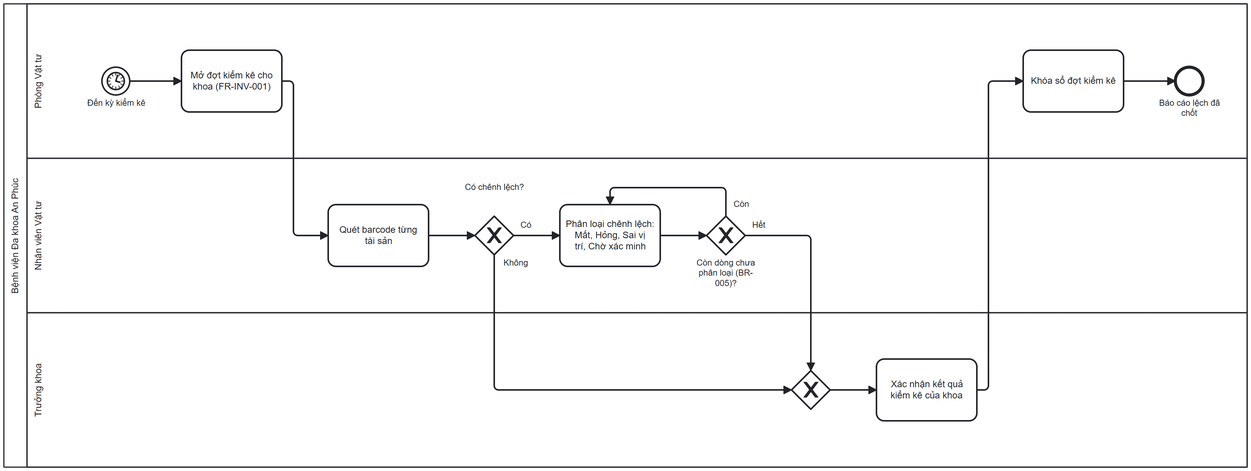
sonbui31/BA-studies keeps this BPMN diagram as BA-agent/BA-Documents-Outsource/diagrams/p2-kiem-ke-tobe.png. Above is the earlier version. Its source is kept beside it as BA-agent/BA-Documents-Outsource/diagrams/p2-kiem-ke-tobe.bpmn. Ids are renumbered.
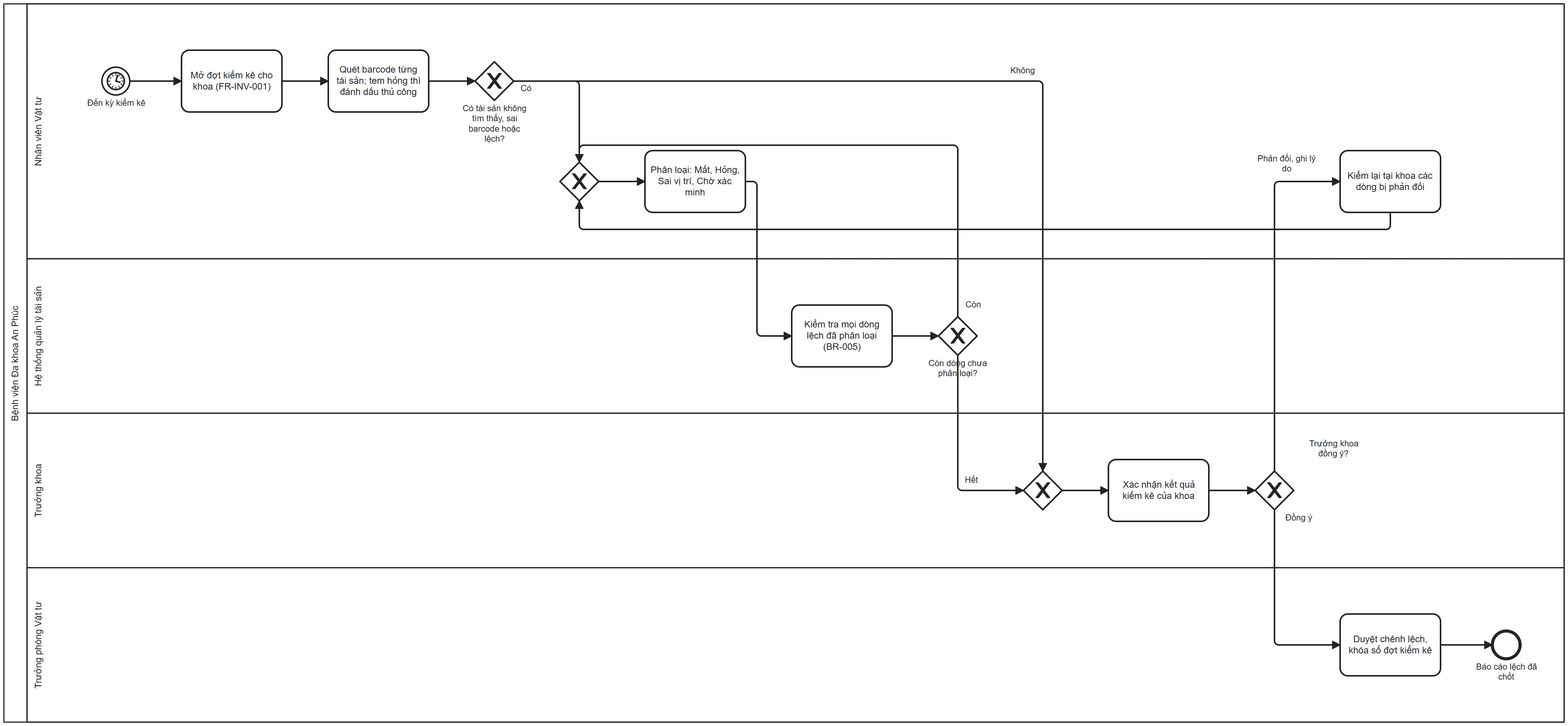
The same diagram one commit later.

Diff of the diagram source:
```diff
@@ -4,21 +4,27 @@
   </bpmn:collaboration>
   <bpmn:process id="Process_p2_kiem_ke_tobe" name="P2 To-Be: Kiểm kê theo đợt" isExecutable="false">
     <bpmn:laneSet id="LaneSet_p2_kiem_ke_tobe">
-      <bpmn:lane id="vat_tu" name="Phòng Vật tư">
+      <bpmn:lane id="nv_vat_tu" name="Nhân viên Vật tư">
         <bpmn:flowNodeRef>start</bpmn:flowNodeRef>
         <bpmn:flowNodeRef>t1</bpmn:flowNodeRef>
-        <bpmn:flowNodeRef>t5</bpmn:flowNodeRef>
-        <bpmn:flowNodeRef>end</bpmn:flowNodeRef>
-      </bpmn:lane>
-      <bpmn:lane id="nv_vat_tu" name="Nhân viên Vật tư">
         <bpmn:flowNodeRef>t2</bpmn:flowNodeRef>
         <bpmn:flowNodeRef>g1</bpmn:flowNodeRef>
+        <bpmn:flowNodeRef>m0</bpmn:flowNodeRef>
         <bpmn:flowNodeRef>t3</bpmn:flowNodeRef>
+        <bpmn:flowNodeRef>t_re</bpmn:flowNodeRef>
+      </bpmn:lane>
+      <bpmn:lane id="he_thong" name="Hệ thống quản lý tài sản">
+        <bpmn:flowNodeRef>t_chk</bpmn:flowNodeRef>
         <bpmn:flowNodeRef>g2</bpmn:flowNodeRef>
       </bpmn:lane>
       <bpmn:lane id="truong_khoa" name="Trưởng khoa">
         <bpmn:flowNodeRef>m1</bpmn:flowNodeRef>
         <bpmn:flowNodeRef>t4</bpmn:flowNodeRef>
+        <bpmn:flowNodeRef>g3</bpmn:flowNodeRef>
+      </bpmn:lane>
+      <bpmn:lane id="tp_vat_tu" name="Trưởng phòng Vật tư">
+        <bpmn:flowNodeRef>t5</bpmn:flowNodeRef>
+        <bpmn:flowNodeRef>end</bpmn:flowNodeRef>
       </bpmn:lane>
     </bpmn:laneSet>
     <bpmn:startEvent id="start" name="Đến kỳ kiểm kê">
@@ -29,66 +35,92 @@
       <bpmn:incoming>Flow_1</bpmn:incoming>
       <bpmn:outgoing>Flow_2</bpmn:outgoing>
     </bpmn:task>
-    <bpmn:task id="t2" name="Quét barcode từng tài sản">
+    <bpmn:task id="t2" name="Quét barcode từng tài sản; tem hỏng thì đánh dấu thủ công">
       <bpmn:incoming>Flow_2</bpmn:incoming>
       <bpmn:outgoing>Flow_3</bpmn:outgoing>
     </bpmn:task>
-    <bpmn:exclusiveGateway id="g1" name="Có chênh lệch?">
+    <bpmn:exclusiveGateway id="g1" name="Có tài sản không tìm thấy, sai barcode hoặc lệch?">
       <bpmn:incoming>Flow_3</bpmn:incoming>
       <bpmn:outgoing>Flow_4</bpmn:outgoing>
       <bpmn:outgoing>Flow_5</bpmn:outgoing>
     </bpmn:exclusiveGateway>
-    <bpmn:task id="t3" name="Phân loại chênh lệch: Mất, Hỏng, Sai vị trí, Chờ xác minh">
+    <bpmn:exclusiveGateway id="m0" name="">
       <bpmn:incoming>Flow_4</bpmn:incoming>
-      <bpmn:incoming>Flow_7</bpmn:incoming>
+      <bpmn:incoming>Flow_9</bpmn:incoming>
+      <bpmn:incoming>Flow_15</bpmn:incoming>
       <bpmn:outgoing>Flow_6</bpmn:outgoing>
-    </bpmn:task>
-    <bpmn:exclusiveGateway id="g2" name="Còn dòng chưa phân loại (BR-005)?">
+    </bpmn:exclusiveGateway>
+    <bpmn:task id="t3" name="Phân loại: Mất, Hỏng, Sai vị trí, Chờ xác minh">
       <bpmn:incoming>Flow_6</bpmn:incoming>
       <bpmn:outgoing>Flow_7</bpmn:outgoing>
+    </bpmn:task>
+    <bpmn:task id="t_chk" name="Kiểm tra mọi dòng lệch đã phân loại (BR-005)">
+      <bpmn:incoming>Flow_7</bpmn:incoming>
       <bpmn:outgoing>Flow_8</bpmn:outgoing>
+    </bpmn:task>
+    <bpmn:exclusiveGateway id="g2" name="Còn dòng chưa phân loại?">
+      <bpmn:incoming>Flow_8</bpmn:incoming>
+      <bpmn:outgoing>Flow_9</bpmn:outgoing>
+      <bpmn:outgoing>Flow_10</bpmn:outgoing>
     </bpmn:exclusiveGateway>
     <bpmn:exclusiveGateway id="m1" name="">
       <bpmn:incoming>Flow_5</bpmn:incoming>
-      <bpmn:incoming>Flow_8</bpmn:incoming>
-      <bpmn:outgoing>Flow_9</bpmn:outgoing>
+      <bpmn:incoming>Flow_10</bpmn:incoming>
+      <bpmn:outgoing>Flow_11</bpmn:outgoing>
     </bpmn:exclusiveGateway>
     <bpmn:task id="t4" name="Xác nhận kết quả kiểm kê của khoa">
-      <bpmn:incoming>Flow_9</bpmn:incoming>
-      <bpmn:outgoing>Flow_10</bpmn:outgoing>
+      <bpmn:incoming>Flow_11</bpmn:incoming>
+      <bpmn:outgoing>Flow_12</bpmn:outgoing>
     </bpmn:task>
-    <bpmn:task id="t5" name="Khóa sổ đợt kiểm kê">
-      <bpmn:incoming>Flow_10</bpmn:incoming>
-      <bpmn:outgoing>Flow_11</bpmn:outgoing>
+    <bpmn:exclusiveGateway id="g3" name="Trưởng khoa đồng ý?">
+      <bpmn:incoming>Flow_12</bpmn:incoming>
+      <bpmn:outgoing>Flow_13</bpmn:outgoing>
+      <bpmn:outgoing>Flow_14</bpmn:outgoing>
+    </bpmn:exclusiveGateway>
+    <bpmn:task id="t_re" name="Kiểm lại tại khoa các dòng bị phản đối">
+      <bpmn:incoming>Flow_14</bpmn:incoming>
+      <bpmn:outgoing>Flow_15</bpmn:outgoing>
+    </bpmn:task>
+    <bpmn:task id="t5" name="Duyệt chênh lệch, khóa sổ đợt kiểm kê">
+      <bpmn:incoming>Flow_13</bpmn:incoming>
+      <bpmn:outgoing>Flow_16</bpmn:outgoing>
     </bpmn:task>
     <bpmn:endEvent id="end" name="Báo cáo lệch đã chốt">
-      <bpmn:incoming>Flow_11</bpmn:incoming>
+      <bpmn:incoming>Flow_16</bpmn:incoming>
     </bpmn:endEvent>
     <bpmn:sequenceFlow id="Flow_1" sourceRef="start" targetRef="t1" />
     <bpmn:sequenceFlow id="Flow_2" sourceRef="t1" targetRef="t2" />
     <bpmn:sequenceFlow id="Flow_3" sourceRef="t2" targetRef="g1" />
-    <bpmn:sequenceFlow id="Flow_4" name="Có" sourceRef="g1" targetRef="t3" />
+    <bpmn:sequenceFlow id="Flow_4" name="Có" sourceRef="g1" targetRef="m0" />
     <bpmn:sequenceFlow id="Flow_5" name="Không" sourceRef="g1" targetRef="m1" />
-    <bpmn:sequenceFlow id="Flow_6" sourceRef="t3" targetRef="g2" />
-    <bpmn:sequenceFlow id="Flow_7" name="Còn" sourceRef="g2" targetRef="t3" />
-    <bpmn:sequenceFlow id="Flow_8" name="Hết" sourceRef="g2" targetRef="m1" />
-    <bpmn:sequenceFlow id="Flow_9" sourceRef="m1" targetRef="t4" />
-    <bpmn:sequenceFlow id="Flow_10" sourceRef="t4" targetRef="t5" />
-    <bpmn:sequenceFlow id="Flow_11" sourceRef="t5" targetRef="end" />
+    <bpmn:sequenceFlow id="Flow_6" sourceRef="m0" targetRef="t3" />
+    <bpmn:sequenceFlow id="Flow_7" sourceRef="t3" targetRef="t_chk" />
+    <bpmn:sequenceFlow id="Flow_8" sourceRef="t_chk" targetRef="g2" />
+    <bpmn:sequenceFlow id="Flow_9" name="Còn" sourceRef="g2" targetRef="m0" />
+    <bpmn:sequenceFlow id="Flow_10" name="Hết" sourceRef="g2" targetRef="m1" />
+    <bpmn:sequenceFlow id="Flow_11" sourceRef="m1" targetRef="t4" />
+    <bpmn:sequenceFlow id="Flow_12" sourceRef="t4" targetRef="g3" />
+    <bpmn:sequenceFlow id="Flow_13" name="Đồng ý" sourceRef="g3" targetRef="t5" />
+    <bpmn:sequenceFlow id="Flow_14" name="Phản đối, ghi lý do" sourceRef="g3" targetRef="t_re" />
+    <bpmn:sequenceFlow id="Flow_15" sourceRef="t_re" targetRef="m0" />
+    <bpmn:sequenceFlow id="Flow_16" sourceRef="t5" targetRef="end" />
   </bpmn:process>
   <bpmndi:BPMNDiagram id="BPMNDiagram_p2_kiem_ke_tobe">
     <bpmndi:BPMNPlane id="BPMNPlane_p2_kiem_ke_tobe" bpmnElement="Collaboration_p2_kiem_ke_tobe">
       <bpmndi:BPMNShape id="Participant_p2_kiem_ke_tobe_di" bpmnElement="Participant_p2_kiem_ke_tobe" isHorizontal="true">
-        <dc:Bounds x="160" y="80" width="1610" height="600" />
-      </bpmndi:BPMNShape>
-      <bpmndi:BPMNShape id="vat_tu_di" bpmnElement="vat_tu" isHorizontal="true">
-        <dc:Bounds x="190" y="80" width="1580" height="200" />
+        <dc:Bounds x="160" y="80" width="2020" height="930" />
       </bpmndi:BPMNShape>
       <bpmndi:BPMNShape id="nv_vat_tu_di" bpmnElement="nv_vat_tu" isHorizontal="true">
-        <dc:Bounds x="190" y="280" width="1580" height="200" />
+        <dc:Bounds x="190" y="80" width="1990" height="330" />
+      </bpmndi:BPMNShape>
+      <bpmndi:BPMNShape id="he_thong_di" bpmnElement="he_thong" isHorizontal="true">
+        <dc:Bounds x="190" y="410" width="1990" height="200" />
       </bpmndi:BPMNShape>
       <bpmndi:BPMNShape id="truong_khoa_di" bpmnElement="truong_khoa" isHorizontal="true">
-        <dc:Bounds x="190" y="480" width="1580" height="200" />
+        <dc:Bounds x="190" y="610" width="1990" height="200" />
+      </bpmndi:BPMNShape>
+      <bpmndi:BPMNShape id="tp_vat_tu_di" bpmnElement="tp_vat_tu" isHorizontal="true">
+        <dc:Bounds x="190" y="810" width="1990" height="200" />
       </bpmndi:BPMNShape>
       <bpmndi:BPMNShape id="start_di" bpmnElement="start">
         <dc:Bounds x="287" y="162" width="36" height="36" />
@@ -100,36 +132,51 @@
         <dc:Bounds x="390" y="140" width="130" height="80" />
       </bpmndi:BPMNShape>
       <bpmndi:BPMNShape id="t2_di" bpmnElement="t2">
-        <dc:Bounds x="580" y="340" width="130" height="80" />
+        <dc:Bounds x="580" y="140" width="130" height="80" />
       </bpmndi:BPMNShape>
       <bpmndi:BPMNShape id="g1_di" bpmnElement="g1" isMarkerVisible="true">
-        <dc:Bounds x="770" y="355" width="50" height="50" />
+        <dc:Bounds x="770" y="155" width="50" height="50" />
         <bpmndi:BPMNLabel>
-          <dc:Bounds x="740" y="311" width="110" height="40" />
+          <dc:Bounds x="740" y="209" width="110" height="40" />
         </bpmndi:BPMNLabel>
       </bpmndi:BPMNShape>
+      <bpmndi:BPMNShape id="m0_di" bpmnElement="m0" isMarkerVisible="true">
+        <dc:Bounds x="880" y="285" width="50" height="50" />
+      </bpmndi:BPMNShape>
       <bpmndi:BPMNShape id="t3_di" bpmnElement="t3">
-        <dc:Bounds x="880" y="340" width="130" height="80" />
+        <dc:Bounds x="990" y="270" width="130" height="80" />
+      </bpmndi:BPMNShape>
+      <bpmndi:BPMNShape id="t_chk_di" bpmnElement="t_chk">
+        <dc:Bounds x="1180" y="470" width="130" height="80" />
       </bpmndi:BPMNShape>
       <bpmndi:BPMNShape id="g2_di" bpmnElement="g2" isMarkerVisible="true">
-        <dc:Bounds x="1070" y="355" width="50" height="50" />
+        <dc:Bounds x="1370" y="485" width="50" height="50" />
         <bpmndi:BPMNLabel>
-          <dc:Bounds x="1040" y="409" width="110" height="40" />
+          <dc:Bounds x="1340" y="539" width="110" height="40" />
         </bpmndi:BPMNLabel>
       </bpmndi:BPMNShape>
       <bpmndi:BPMNShape id="m1_di" bpmnElement="m1" isMarkerVisible="true">
-        <dc:Bounds x="1180" y="555" width="50" height="50" />
+        <dc:Bounds x="1480" y="685" width="50" height="50" />
       </bpmndi:BPMNShape>
       <bpmndi:BPMNShape id="t4_di" bpmnElement="t4">
-        <dc:Bounds x="1290" y="540" width="130" height="80" />
+        <dc:Bounds x="1590" y="670" width="130" height="80" />
+      </bpmndi:BPMNShape>
+      <bpmndi:BPMNShape id="g3_di" bpmnElement="g3" isMarkerVisible="true">
+        <dc:Bounds x="1780" y="685" width="50" height="50" />
+        <bpmndi:BPMNLabel>
+          <dc:Bounds x="1826" y="643" width="110" height="40" />
+        </bpmndi:BPMNLabel>
+      </bpmndi:BPMNShape>
+      <bpmndi:BPMNShape id="t_re_di" bpmnElement="t_re">
+        <dc:Bounds x="1890" y="270" width="130" height="80" />
       </bpmndi:BPMNShape>
       <bpmndi:BPMNShape id="t5_di" bpmnElement="t5">
-        <dc:Bounds x="1480" y="140" width="130" height="80" />
+        <dc:Bounds x="1890" y="870" width="130" height="80" />
       </bpmndi:BPMNShape>
       <bpmndi:BPMNShape id="end_di" bpmnElement="end">
-        <dc:Bounds x="1677" y="162" width="36" height="36" />
+        <dc:Bounds x="2087" y="892" width="36" height="36" />
         <bpmndi:BPMNLabel>
-          <dc:Bounds x="1640" y="202" width="110" height="40" />
+          <dc:Bounds x="2050" y="932" width="110" height="40" />
         </bpmndi:BPMNLabel>
       </bpmndi:BPMNShape>
       <bpmndi:BPMNEdge id="Flow_1_di" bpmnElement="Flow_1">
@@ -138,55 +185,80 @@
       </bpmndi:BPMNEdge>
       <bpmndi:BPMNEdge id="Flow_2_di" bpmnElement="Flow_2">
         <di:waypoint x="520" y="180" />
-        <di:waypoint x="535" y="180" />
-        <di:waypoint x="535" y="380" />
-        <di:waypoint x="580" y="380" />
+        <di:waypoint x="580" y="180" />
       </bpmndi:BPMNEdge>
       <bpmndi:BPMNEdge id="Flow_3_di" bpmnElement="Flow_3">
-        <di:waypoint x="710" y="380" />
-        <di:waypoint x="770" y="380" />
+        <di:waypoint x="710" y="180" />
+        <di:waypoint x="770" y="180" />
       </bpmndi:BPMNEdge>
       <bpmndi:BPMNEdge id="Flow_4_di" bpmnElement="Flow_4">
-        <di:waypoint x="820" y="380" />
-        <di:waypoint x="880" y="380" />
-        <bpmndi:BPMNLabel><dc:Bounds x="824" y="360" width="24" height="18" /></bpmndi:BPMNLabel>
+        <di:waypoint x="820" y="180" />
+        <di:waypoint x="905" y="180" />
+        <di:waypoint x="905" y="285" />
+        <bpmndi:BPMNLabel><dc:Bounds x="824" y="183" width="24" height="18" /></bpmndi:BPMNLabel>
       </bpmndi:BPMNEdge>
       <bpmndi:BPMNEdge id="Flow_5_di" bpmnElement="Flow_5">
-        <di:waypoint x="795" y="405" />
-        <di:waypoint x="795" y="580" />
-        <di:waypoint x="1180" y="580" />
-        <bpmndi:BPMNLabel><dc:Bounds x="801" y="409" width="44" height="18" /></bpmndi:BPMNLabel>
+        <di:waypoint x="820" y="180" />
+        <di:waypoint x="1505" y="180" />
+        <di:waypoint x="1505" y="685" />
+        <bpmndi:BPMNLabel><dc:Bounds x="1457" y="160" width="44" height="18" /></bpmndi:BPMNLabel>
       </bpmndi:BPMNEdge>
       <bpmndi:BPMNEdge id="Flow_6_di" bpmnElement="Flow_6">
-        <di:waypoint x="1010" y="380" />
-        <di:waypoint x="1070" y="380" />
+        <di:waypoint x="930" y="310" />
+        <di:waypoint x="990" y="310" />
       </bpmndi:BPMNEdge>
       <bpmndi:BPMNEdge id="Flow_7_di" bpmnElement="Flow_7">
-        <di:waypoint x="1095" y="355" />
-        <di:waypoint x="1095" y="318" />
-        <di:waypoint x="945" y="318" />
-        <di:waypoint x="945" y="340" />
-        <bpmndi:BPMNLabel><dc:Bounds x="1101" y="333" width="29" height="18" /></bpmndi:BPMNLabel>
+        <di:waypoint x="1120" y="310" />
+        <di:waypoint x="1135" y="310" />
+        <di:waypoint x="1135" y="510" />
+        <di:waypoint x="1180" y="510" />
       </bpmndi:BPMNEdge>
       <bpmndi:BPMNEdge id="Flow_8_di" bpmnElement="Flow_8">
-        <di:waypoint x="1120" y="380" />
-        <di:waypoint x="1205" y="380" />
-        <di:waypoint x="1205" y="555" />
-        <bpmndi:BPMNLabel><dc:Bounds x="1124" y="360" width="29" height="18" /></bpmndi:BPMNLabel>
+        <di:waypoint x="1310" y="510" />
+        <di:waypoint x="1370" y="510" />
       </bpmndi:BPMNEdge>
       <bpmndi:BPMNEdge id="Flow_9_di" bpmnElement="Flow_9">
-        <di:waypoint x="1230" y="580" />
-        <di:waypoint x="1290" y="580" />
+        <di:waypoint x="1395" y="485" />
+        <di:waypoint x="1395" y="263" />
+        <di:waypoint x="905" y="263" />
+        <di:waypoint x="905" y="285" />
+        <bpmndi:BPMNLabel><dc:Bounds x="1401" y="463" width="29" height="18" /></bpmndi:BPMNLabel>
       </bpmndi:BPMNEdge>
       <bpmndi:BPMNEdge id="Flow_10_di" bpmnElement="Flow_10">
-        <di:waypoint x="1420" y="580" />
-        <di:waypoint x="1435" y="580" />
-        <di:waypoint x="1435" y="180" />
-        <di:waypoint x="1480" y="180" />
+        <di:waypoint x="1395" y="535" />
+        <di:waypoint x="1395" y="710" />
+        <di:waypoint x="1480" y="710" />
+        <bpmndi:BPMNLabel><dc:Bounds x="1399" y="690" width="29" height="18" /></bpmndi:BPMNLabel>
       </bpmndi:BPMNEdge>
       <bpmndi:BPMNEdge id="Flow_11_di" bpmnElement="Flow_11">
-        <di:waypoint x="1610" y="180" />
-        <di:waypoint x="1677" y="180" />
+        <di:waypoint x="1530" y="710" />
+        <di:waypoint x="1590" y="710" />
+      </bpmndi:BPMNEdge>
+      <bpmndi:BPMNEdge id="Flow_12_di" bpmnElement="Flow_12">
+        <di:waypoint x="1720" y="710" />
+        <di:waypoint x="1780" y="710" />
+      </bpmndi:BPMNEdge>
+      <bpmndi:BPMNEdge id="Flow_13_di" bpmnElement="Flow_13">
+        <di:waypoint x="1805" y="735" />
+        <di:waypoint x="1805" y="910" />
+        <di:waypoint x="1890" y="910" />
+        <bpmndi:BPMNLabel><dc:Bounds x="1811" y="739" width="51" height="18" /></bpmndi:BPMNLabel>
+      </bpmndi:BPMNEdge>
+      <bpmndi:BPMNEdge id="Flow_14_di" bpmnElement="Flow_14">
+        <di:waypoint x="1805" y="685" />
+        <di:waypoint x="1805" y="310" />
+        <di:waypoint x="1890" y="310" />
+        <bpmndi:BPMNLabel><dc:Bounds x="1756" y="274" width="130" height="34" /></bpmndi:BPMNLabel>
+      </bpmndi:BPMNEdge>
+      <bpmndi:BPMNEdge id="Flow_15_di" bpmnElement="Flow_15">
+        <di:waypoint x="1955" y="350" />
+        <di:waypoint x="1955" y="372" />
+        <di:waypoint x="905" y="372" />
+        <di:waypoint x="905" y="335" />
+      </bpmndi:BPMNEdge>
+      <bpmndi:BPMNEdge id="Flow_16_di" bpmnElement="Flow_16">
+        <di:waypoint x="2020" y="910" />
+        <di:waypoint x="2087" y="910" />
       </bpmndi:BPMNEdge>
     </bpmndi:BPMNPlane>
   </bpmndi:BPMNDiagram>
```
